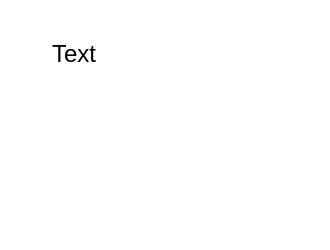
Earlier version of the draw.io diagram Untitled Diagram.drawio (hackjie/draw.io.charts). Source tidied: cells renumbered, new cells numbered last; positions are measured from the earlier drawing's top-left corner, leaving out a move shared by most shapes. Both pictures are drawn from the tidied source at 200%, with x=0, y=0 at pixel (34, 34).
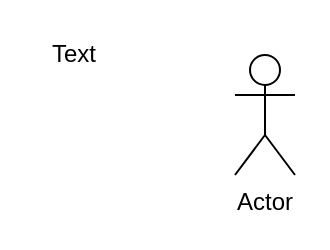
Above is the later version.

What changed in the source:
```diff
@@
 <mxGraphModel>
   <root>
     <mxCell id="0" />
     <mxCell id="1" parent="0" />
     <mxCell id="2" value="Text" style="text;html=1;strokeColor=none;fillColor=none;align=center;verticalAlign=middle;whiteSpace=wrap;rounded=0;" parent="1" vertex="1">
       <mxGeometry width="40" height="20" as="geometry" />
     </mxCell>
+    <mxCell id="3" value="Actor" style="shape=umlActor;verticalLabelPosition=bottom;labelBackgroundColor=#ffffff;verticalAlign=top;html=1;" parent="1" vertex="1">
+      <mxGeometry x="100" y="10" width="30" height="60" as="geometry" />
+    </mxCell>
   </root>
 </mxGraphModel>
```
